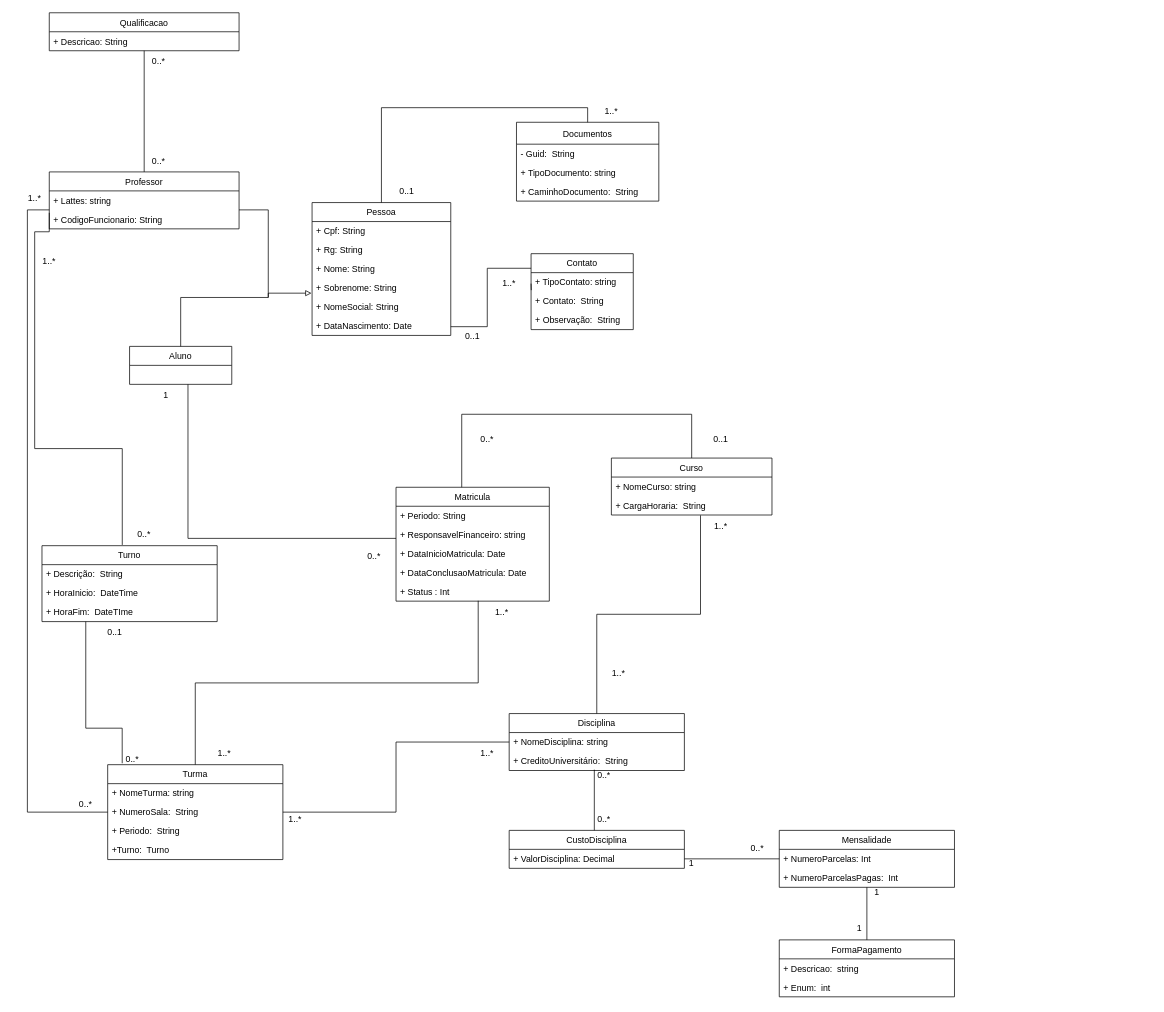
This is page "Page-2" (2 of 2) of CasoDeUso/Diagrama de caso de uso.drawio from EAbeier/Analise-e-Modelagem-de-Sistemas, a draw.io file, before an edit. Source tidied: cells renumbered, new cells numbered last; positions are measured from the earlier drawing's top-left corner, leaving out a move shared by most shapes. Both pictures are drawn from the tidied source at 73%, with x=0, y=0 at pixel (12, 12).
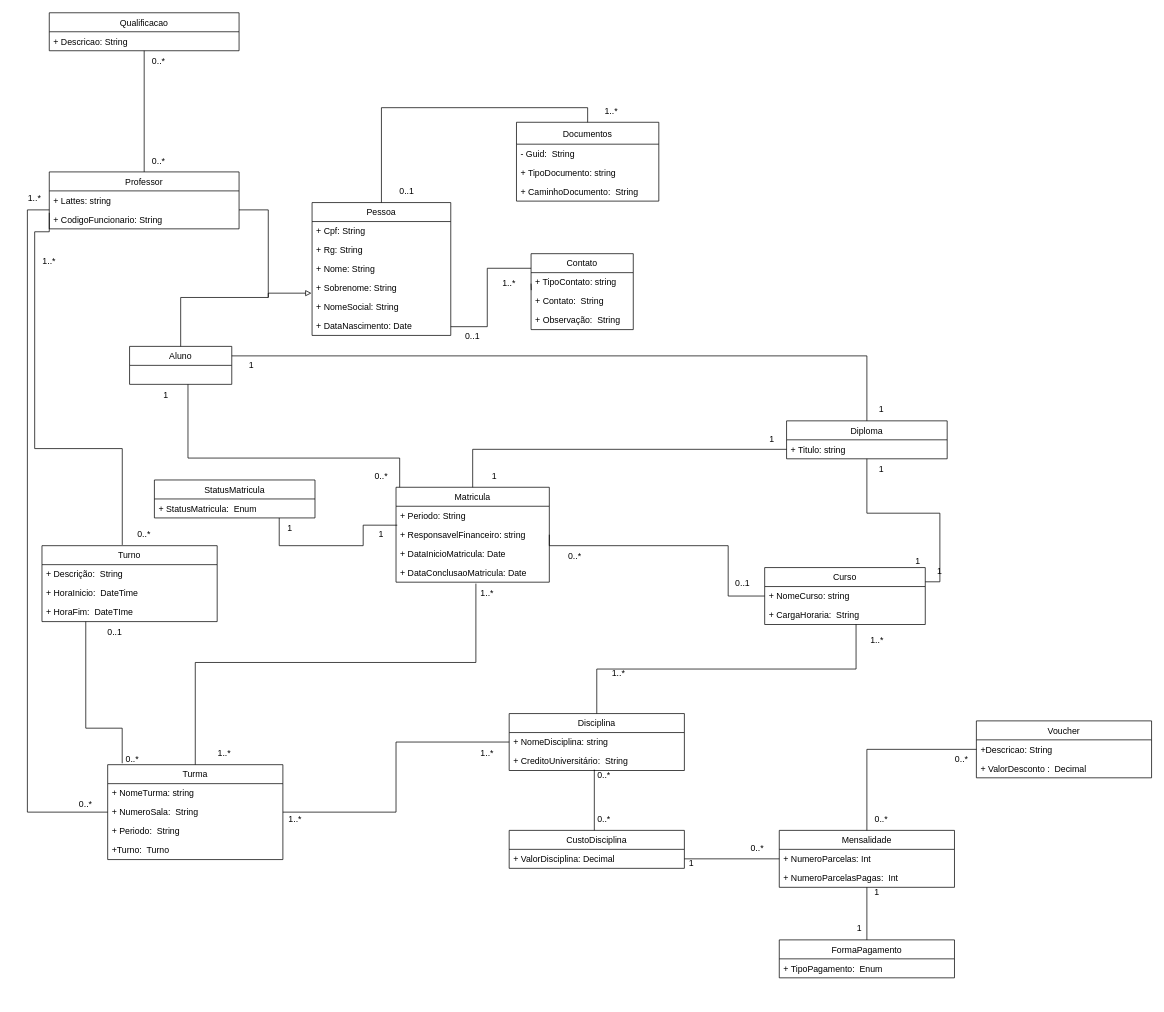
After the change.

The change refers to these unchanged cells:
```xml
<mxCell id="11" value="Aluno" style="swimlane;fontStyle=0;horizontal=1;startSize=26;fillColor=none;" parent="1" vertex="1">
  <mxGeometry x="160" y="457" width="140" height="52" as="geometry" />
</mxCell>
<mxCell id="31" value="+ ResponsavelFinanceiro: string" style="text;strokeColor=none;fillColor=none;align=left;verticalAlign=top;spacingLeft=4;spacingRight=4;overflow=hidden;points=[[0,0.5],[1,0.5]];portConstraint=eastwest;" parent="29" vertex="1">
  <mxGeometry y="52" width="210" height="26" as="geometry" />
</mxCell>
<mxCell id="33" value="+ DataConclusaoMatricula: Date" style="text;strokeColor=none;fillColor=none;align=left;verticalAlign=top;spacingLeft=4;spacingRight=4;overflow=hidden;points=[[0,0.5],[1,0.5]];portConstraint=eastwest;" parent="29" vertex="1">
  <mxGeometry y="104" width="210" height="26" as="geometry" />
</mxCell>
<mxCell id="37" value="+ NomeCurso: string" style="text;strokeColor=none;fillColor=none;align=left;verticalAlign=top;spacingLeft=4;spacingRight=4;overflow=hidden;points=[[0,0.5],[1,0.5]];portConstraint=eastwest;" parent="36" vertex="1">
  <mxGeometry y="26" width="220" height="26" as="geometry" />
</mxCell>
<mxCell id="38" value="+ CargaHoraria:  String" style="text;strokeColor=none;fillColor=none;align=left;verticalAlign=top;spacingLeft=4;spacingRight=4;overflow=hidden;points=[[0,0.5],[1,0.5]];portConstraint=eastwest;" parent="36" vertex="1">
  <mxGeometry y="52" width="220" height="26" as="geometry" />
</mxCell>
<mxCell id="40" value="Disciplina" style="swimlane;fontStyle=0;horizontal=1;startSize=26;fillColor=none;" parent="1" vertex="1">
  <mxGeometry x="680" y="960" width="240" height="78" as="geometry" />
</mxCell>
<mxCell id="44" value="Turma" style="swimlane;fontStyle=0;horizontal=1;startSize=26;fillColor=none;" parent="1" vertex="1">
  <mxGeometry x="130" y="1030" width="240" height="130" as="geometry" />
</mxCell>
<mxCell id="82" value="Mensalidade" style="swimlane;fontStyle=0;horizontal=1;startSize=26;fillColor=none;" parent="1" vertex="1">
  <mxGeometry x="1050" y="1120" width="240" height="78" as="geometry" />
</mxCell>
```

The edit, as a diff of the source:
```diff
@@
     <mxCell id="27" style="edgeStyle=orthogonalEdgeStyle;rounded=0;jettySize=auto;html=1;endArrow=none;endFill=0;" parent="1" edge="1" source="29" target="11">
       <mxGeometry relative="1" as="geometry">
         <Array as="points">
-          <mxPoint x="240" y="720" />
+          <mxPoint x="530" y="610" />
+          <mxPoint x="240" y="610" />
         </Array>
       </mxGeometry>
     </mxCell>
-    <mxCell id="28" style="edgeStyle=orthogonalEdgeStyle;rounded=0;jettySize=auto;html=1;endArrow=none;endFill=0;exitX=0.536;exitY=0.978;exitDx=0;exitDy=0;exitPerimeter=0;" parent="1" edge="1" source="34" target="44">
-      <mxGeometry relative="1" as="geometry" />
+    <mxCell id="28" style="edgeStyle=orthogonalEdgeStyle;rounded=0;jettySize=auto;html=1;endArrow=none;endFill=0;exitX=0.521;exitY=1.075;exitDx=0;exitDy=0;exitPerimeter=0;" parent="1" edge="1" source="33" target="44">
+      <mxGeometry relative="1" as="geometry">
+        <Array as="points">
+          <mxPoint x="634" y="890" />
+          <mxPoint x="250" y="890" />
+        </Array>
+      </mxGeometry>
     </mxCell>
     <mxCell id="29" value="Matricula" style="swimlane;fontStyle=0;horizontal=1;startSize=26;fillColor=none;" parent="1" vertex="1">
-      <mxGeometry x="525" y="650" width="210" height="156" as="geometry" />
+      <mxGeometry x="525" y="650" width="210" height="130" as="geometry" />
     </mxCell>
@@
-    <mxCell id="34" value="+ Status : Int" style="text;strokeColor=none;fillColor=none;align=left;verticalAlign=top;spacingLeft=4;spacingRight=4;overflow=hidden;points=[[0,0.5],[1,0.5]];portConstraint=eastwest;" parent="29" vertex="1">
-      <mxGeometry y="130" width="210" height="26" as="geometry" />
-    </mxCell>
-    <mxCell id="35" style="edgeStyle=orthogonalEdgeStyle;rounded=0;jettySize=auto;html=1;endArrow=none;endFill=0;exitX=0.5;exitY=0;exitDx=0;exitDy=0;" parent="1" edge="1" source="36" target="29">
+    <mxCell id="35" style="edgeStyle=orthogonalEdgeStyle;rounded=0;jettySize=auto;html=1;endArrow=none;endFill=0;exitX=0;exitY=0.5;exitDx=0;exitDy=0;entryX=1;entryY=0.5;entryDx=0;entryDy=0;" parent="1" edge="1" source="37" target="31">
       <mxGeometry relative="1" as="geometry">
         <Array as="points">
-          <mxPoint x="930" y="550" />
-          <mxPoint x="615" y="550" />
+          <mxPoint x="980" y="799" />
+          <mxPoint x="980" y="730" />
+          <mxPoint x="735" y="730" />
         </Array>
       </mxGeometry>
     </mxCell>
     <mxCell id="36" value="Curso" style="swimlane;fontStyle=0;horizontal=1;startSize=26;fillColor=none;" parent="1" vertex="1">
-      <mxGeometry x="820" y="610" width="220" height="78" as="geometry" />
+      <mxGeometry x="1030" y="760" width="220" height="78" as="geometry" />
     </mxCell>
@@
-    <mxCell id="39" style="edgeStyle=orthogonalEdgeStyle;rounded=0;jettySize=auto;html=1;endArrow=none;endFill=0;entryX=0.555;entryY=1.019;entryDx=0;entryDy=0;entryPerimeter=0;" parent="1" edge="1" source="40" target="38">
+    <mxCell id="39" style="edgeStyle=orthogonalEdgeStyle;rounded=0;jettySize=auto;html=1;endArrow=none;endFill=0;entryX=0.569;entryY=0.986;entryDx=0;entryDy=0;entryPerimeter=0;" parent="1" edge="1" source="40" target="38">
       <mxGeometry relative="1" as="geometry" />
     </mxCell>
@@
     <mxCell id="55" value="1..*" style="text;html=1;strokeColor=none;fillColor=none;align=center;verticalAlign=middle;whiteSpace=wrap;rounded=0;" parent="1" vertex="1">
-      <mxGeometry x="940" y="688" width="60" height="30" as="geometry" />
+      <mxGeometry x="1154" y="845" width="60" height="30" as="geometry" />
     </mxCell>
@@
     <mxCell id="58" value="0..*" style="text;html=1;strokeColor=none;fillColor=none;align=center;verticalAlign=middle;whiteSpace=wrap;rounded=0;" parent="1" vertex="1">
-      <mxGeometry x="620" y="570" width="60" height="30" as="geometry" />
+      <mxGeometry x="740" y="730" width="60" height="30" as="geometry" />
     </mxCell>
     <mxCell id="59" value="0..*" style="text;html=1;strokeColor=none;fillColor=none;align=center;verticalAlign=middle;whiteSpace=wrap;rounded=0;" parent="1" vertex="1">
-      <mxGeometry x="465" y="730" width="60" height="30" as="geometry" />
+      <mxGeometry x="475" y="620" width="60" height="30" as="geometry" />
     </mxCell>
     <mxCell id="60" value="1..*" style="text;html=1;strokeColor=none;fillColor=none;align=center;verticalAlign=middle;whiteSpace=wrap;rounded=0;" parent="1" vertex="1">
-      <mxGeometry x="640" y="806" width="60" height="30" as="geometry" />
+      <mxGeometry x="620" y="780" width="60" height="30" as="geometry" />
     </mxCell>
@@
     <mxCell id="67" value="0..1" style="text;html=1;strokeColor=none;fillColor=none;align=center;verticalAlign=middle;whiteSpace=wrap;rounded=0;" parent="1" vertex="1">
-      <mxGeometry x="940" y="570" width="60" height="30" as="geometry" />
+      <mxGeometry x="970" y="767" width="60" height="30" as="geometry" />
     </mxCell>
@@
+    <mxCell id="97" style="edgeStyle=orthogonalEdgeStyle;rounded=0;jettySize=auto;html=1;endArrow=none;endFill=0;" parent="1" edge="1" source="82" target="99">
+      <mxGeometry relative="1" as="geometry" />
+    </mxCell>
@@
     <mxCell id="88" value="FormaPagamento" style="swimlane;fontStyle=0;horizontal=1;startSize=26;fillColor=none;" parent="1" vertex="1">
-      <mxGeometry x="1050" y="1270" width="240" height="78" as="geometry" />
+      <mxGeometry x="1050" y="1270" width="240" height="52" as="geometry" />
     </mxCell>
-    <mxCell id="89" value="+ Descricao:  string" style="text;strokeColor=none;fillColor=none;align=left;verticalAlign=top;spacingLeft=4;spacingRight=4;overflow=hidden;" parent="88" vertex="1">
-      <mxGeometry y="26" width="240" height="26" as="geometry" />
-    </mxCell>
-    <mxCell id="90" value="+ Enum:  int" style="text;strokeColor=none;fillColor=none;align=left;verticalAlign=top;spacingLeft=4;spacingRight=4;overflow=hidden;" parent="88" vertex="1">
-      <mxGeometry y="52" width="240" height="26" as="geometry" />
+    <mxCell id="90" value="+ TipoPagamento:  Enum" style="text;strokeColor=none;fillColor=none;align=left;verticalAlign=top;spacingLeft=4;spacingRight=4;overflow=hidden;" parent="88" vertex="1">
+      <mxGeometry y="26" width="240" height="26" as="geometry" />
     </mxCell>
@@
+    <mxCell id="98" value="Voucher" style="swimlane;fontStyle=0;horizontal=1;startSize=26;fillColor=none;" parent="1" vertex="1">
+      <mxGeometry x="1320" y="970" width="240" height="78" as="geometry" />
+    </mxCell>
+    <mxCell id="99" value="+Descricao: String" style="text;strokeColor=none;fillColor=none;align=left;verticalAlign=top;spacingLeft=4;spacingRight=4;overflow=hidden;points=[[0,0.5],[1,0.5]];portConstraint=eastwest;" parent="98" vertex="1">
+      <mxGeometry y="26" width="240" height="26" as="geometry" />
+    </mxCell>
+    <mxCell id="100" value="+ ValorDesconto :  Decimal" style="text;strokeColor=none;fillColor=none;align=left;verticalAlign=top;spacingLeft=4;spacingRight=4;overflow=hidden;" parent="98" vertex="1">
+      <mxGeometry y="52" width="240" height="26" as="geometry" />
+    </mxCell>
+    <mxCell id="101" value="0..*" style="text;html=1;strokeColor=none;fillColor=none;align=center;verticalAlign=middle;whiteSpace=wrap;rounded=0;" parent="1" vertex="1">
+      <mxGeometry x="1160" y="1090" width="60" height="30" as="geometry" />
+    </mxCell>
+    <mxCell id="102" value="0..*" style="text;html=1;strokeColor=none;fillColor=none;align=center;verticalAlign=middle;whiteSpace=wrap;rounded=0;" parent="1" vertex="1">
+      <mxGeometry x="1270" y="1008" width="60" height="30" as="geometry" />
+    </mxCell>
+    <mxCell id="103" style="edgeStyle=orthogonalEdgeStyle;rounded=0;jettySize=auto;html=1;entryX=1;entryY=0.25;entryDx=0;entryDy=0;endArrow=none;endFill=0;" parent="1" edge="1" source="105" target="36">
+      <mxGeometry relative="1" as="geometry" />
+    </mxCell>
+    <mxCell id="104" style="edgeStyle=orthogonalEdgeStyle;rounded=0;jettySize=auto;html=1;endArrow=none;endFill=0;entryX=1;entryY=0.25;entryDx=0;entryDy=0;" parent="1" edge="1" source="105" target="11">
+      <mxGeometry relative="1" as="geometry">
+        <Array as="points">
+          <mxPoint x="1170" y="470" />
+        </Array>
+      </mxGeometry>
+    </mxCell>
+    <mxCell id="105" value="Diploma" style="swimlane;fontStyle=0;horizontal=1;startSize=26;fillColor=none;" parent="1" vertex="1">
+      <mxGeometry x="1060" y="559" width="220" height="52" as="geometry" />
+    </mxCell>
+    <mxCell id="106" value="+ Titulo: string" style="text;strokeColor=none;fillColor=none;align=left;verticalAlign=top;spacingLeft=4;spacingRight=4;overflow=hidden;points=[[0,0.5],[1,0.5]];portConstraint=eastwest;" parent="105" vertex="1">
+      <mxGeometry y="26" width="220" height="26" as="geometry" />
+    </mxCell>
+    <mxCell id="107" value="1" style="text;html=1;strokeColor=none;fillColor=none;align=center;verticalAlign=middle;whiteSpace=wrap;rounded=0;" parent="1" vertex="1">
+      <mxGeometry x="1240" y="750" width="60" height="30" as="geometry" />
+    </mxCell>
+    <mxCell id="108" value="1" style="text;html=1;strokeColor=none;fillColor=none;align=center;verticalAlign=middle;whiteSpace=wrap;rounded=0;" parent="1" vertex="1">
+      <mxGeometry x="1160" y="611" width="60" height="30" as="geometry" />
+    </mxCell>
+    <mxCell id="109" value="1" style="text;html=1;strokeColor=none;fillColor=none;align=center;verticalAlign=middle;whiteSpace=wrap;rounded=0;" parent="1" vertex="1">
+      <mxGeometry x="1160" y="529" width="60" height="30" as="geometry" />
+    </mxCell>
+    <mxCell id="110" value="1" style="text;html=1;strokeColor=none;fillColor=none;align=center;verticalAlign=middle;whiteSpace=wrap;rounded=0;" parent="1" vertex="1">
+      <mxGeometry x="297" y="468" width="60" height="30" as="geometry" />
+    </mxCell>
+    <mxCell id="111" style="edgeStyle=orthogonalEdgeStyle;rounded=0;jettySize=auto;html=1;endArrow=none;endFill=0;entryX=0.008;entryY=-0.002;entryDx=0;entryDy=0;entryPerimeter=0;" parent="1" edge="1" source="112" target="31">
+      <mxGeometry relative="1" as="geometry">
+        <Array as="points">
+          <mxPoint x="365" y="730" />
+          <mxPoint x="480" y="730" />
+          <mxPoint x="480" y="702" />
+        </Array>
+      </mxGeometry>
+    </mxCell>
+    <mxCell id="112" value="StatusMatricula" style="swimlane;fontStyle=0;horizontal=1;startSize=26;fillColor=none;" parent="1" vertex="1">
+      <mxGeometry x="194" y="640" width="220" height="52" as="geometry" />
+    </mxCell>
+    <mxCell id="113" value="+ StatusMatricula:  Enum" style="text;strokeColor=none;fillColor=none;align=left;verticalAlign=top;spacingLeft=4;spacingRight=4;overflow=hidden;" parent="112" vertex="1">
+      <mxGeometry y="26" width="220" height="26" as="geometry" />
+    </mxCell>
+    <mxCell id="114" value="1" style="text;html=1;strokeColor=none;fillColor=none;align=center;verticalAlign=middle;whiteSpace=wrap;rounded=0;" parent="1" vertex="1">
+      <mxGeometry x="350" y="692" width="60" height="30" as="geometry" />
+    </mxCell>
+    <mxCell id="115" value="1" style="text;html=1;strokeColor=none;fillColor=none;align=center;verticalAlign=middle;whiteSpace=wrap;rounded=0;" parent="1" vertex="1">
+      <mxGeometry x="475" y="700" width="60" height="30" as="geometry" />
+    </mxCell>
+    <mxCell id="116" value="1" style="text;html=1;strokeColor=none;fillColor=none;align=center;verticalAlign=middle;whiteSpace=wrap;rounded=0;" parent="1" vertex="1">
+      <mxGeometry x="1210" y="737" width="60" height="30" as="geometry" />
+    </mxCell>
+    <mxCell id="117" style="edgeStyle=orthogonalEdgeStyle;rounded=0;jettySize=auto;html=1;endArrow=none;endFill=0;" parent="1" edge="1" source="106" target="29">
+      <mxGeometry relative="1" as="geometry" />
+    </mxCell>
+    <mxCell id="118" value="1" style="text;html=1;strokeColor=none;fillColor=none;align=center;verticalAlign=middle;whiteSpace=wrap;rounded=0;" parent="1" vertex="1">
+      <mxGeometry x="1010" y="570" width="60" height="30" as="geometry" />
+    </mxCell>
+    <mxCell id="119" value="1" style="text;html=1;strokeColor=none;fillColor=none;align=center;verticalAlign=middle;whiteSpace=wrap;rounded=0;" parent="1" vertex="1">
+      <mxGeometry x="630" y="620" width="60" height="30" as="geometry" />
+    </mxCell>
```
